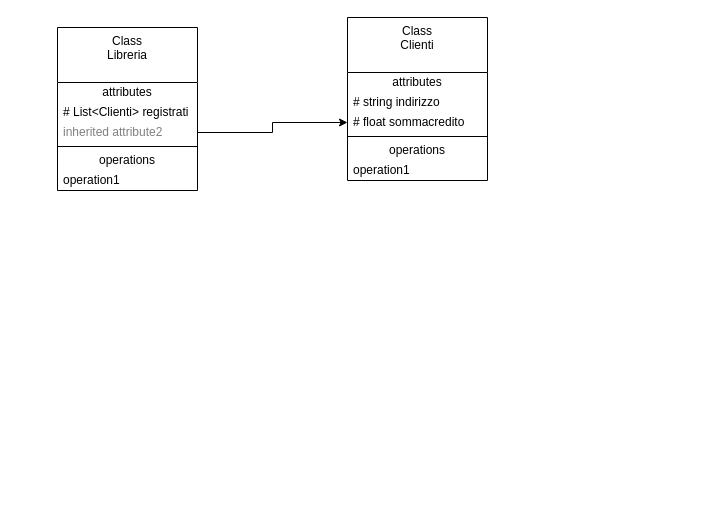
Earlier version of the draw.io diagram Diagramma senza titolo.drawio (LuciaFornasier/luciafrornasieres8). Source tidied: cells renumbered, new cells numbered last; positions are measured from the earlier drawing's top-left corner, leaving out a move shared by most shapes. Both pictures are drawn from the tidied source at 100%, with x=0, y=0 at pixel (57, 17).
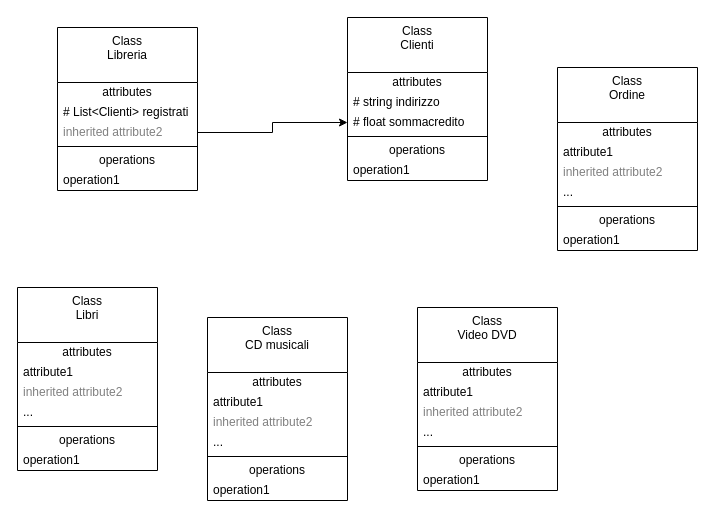
The same diagram, later.

Change to the diagram source:
```diff
@@
+    <mxCell id="17" value="Class&lt;div&gt;Libri&lt;/div&gt;" style="swimlane;fontStyle=0;align=center;verticalAlign=top;horizontal=1;startSize=55;html=1;whiteSpace=wrap;" parent="1" vertex="1">
+      <mxGeometry x="-40" y="270" width="140" height="183" as="geometry" />
+    </mxCell>
+    <mxCell id="18" value="attributes" style="text;html=1;strokeColor=none;fillColor=none;align=center;verticalAlign=middle;spacingLeft=4;spacingRight=4;overflow=hidden;whiteSpace=wrap;" parent="17" vertex="1">
+      <mxGeometry y="55" width="140" height="20" as="geometry" />
+    </mxCell>
+    <mxCell id="19" value="attribute1" style="text;html=1;strokeColor=none;fillColor=none;align=left;verticalAlign=middle;spacingLeft=4;spacingRight=4;overflow=hidden;whiteSpace=wrap;" parent="17" vertex="1">
+      <mxGeometry y="75" width="140" height="20" as="geometry" />
+    </mxCell>
+    <mxCell id="20" value="inherited attribute2" style="text;html=1;strokeColor=none;fillColor=none;align=left;verticalAlign=middle;spacingLeft=4;spacingRight=4;overflow=hidden;fontColor=#808080;whiteSpace=wrap;" parent="17" vertex="1">
+      <mxGeometry y="95" width="140" height="20" as="geometry" />
+    </mxCell>
+    <mxCell id="21" value="..." style="text;html=1;strokeColor=none;fillColor=none;align=left;verticalAlign=middle;spacingLeft=4;spacingRight=4;overflow=hidden;whiteSpace=wrap;" parent="17" vertex="1">
+      <mxGeometry y="115" width="140" height="20" as="geometry" />
+    </mxCell>
+    <mxCell id="22" style="line;strokeWidth=1;fillColor=none;align=left;verticalAlign=middle;spacingTop=-1;spacingLeft=3;spacingRight=3;labelPosition=right;" parent="17" vertex="1">
+      <mxGeometry y="135" width="140" height="8" as="geometry" />
+    </mxCell>
+    <mxCell id="23" value="operations" style="text;html=1;strokeColor=none;fillColor=none;align=center;verticalAlign=middle;spacingLeft=4;spacingRight=4;overflow=hidden;whiteSpace=wrap;" parent="17" vertex="1">
+      <mxGeometry y="143" width="140" height="20" as="geometry" />
+    </mxCell>
+    <mxCell id="24" value="operation1" style="text;html=1;strokeColor=none;fillColor=none;align=left;verticalAlign=middle;spacingLeft=4;spacingRight=4;overflow=hidden;whiteSpace=wrap;" parent="17" vertex="1">
+      <mxGeometry y="163" width="140" height="20" as="geometry" />
+    </mxCell>
+    <mxCell id="25" value="Class&lt;div&gt;CD musicali&lt;/div&gt;" style="swimlane;fontStyle=0;align=center;verticalAlign=top;horizontal=1;startSize=55;html=1;whiteSpace=wrap;" parent="1" vertex="1">
+      <mxGeometry x="150" y="300" width="140" height="183" as="geometry" />
+    </mxCell>
+    <mxCell id="26" value="attributes" style="text;html=1;strokeColor=none;fillColor=none;align=center;verticalAlign=middle;spacingLeft=4;spacingRight=4;overflow=hidden;whiteSpace=wrap;" parent="25" vertex="1">
+      <mxGeometry y="55" width="140" height="20" as="geometry" />
+    </mxCell>
+    <mxCell id="27" value="attribute1" style="text;html=1;strokeColor=none;fillColor=none;align=left;verticalAlign=middle;spacingLeft=4;spacingRight=4;overflow=hidden;whiteSpace=wrap;" parent="25" vertex="1">
+      <mxGeometry y="75" width="140" height="20" as="geometry" />
+    </mxCell>
+    <mxCell id="28" value="inherited attribute2" style="text;html=1;strokeColor=none;fillColor=none;align=left;verticalAlign=middle;spacingLeft=4;spacingRight=4;overflow=hidden;fontColor=#808080;whiteSpace=wrap;" parent="25" vertex="1">
+      <mxGeometry y="95" width="140" height="20" as="geometry" />
+    </mxCell>
+    <mxCell id="29" value="..." style="text;html=1;strokeColor=none;fillColor=none;align=left;verticalAlign=middle;spacingLeft=4;spacingRight=4;overflow=hidden;whiteSpace=wrap;" parent="25" vertex="1">
+      <mxGeometry y="115" width="140" height="20" as="geometry" />
+    </mxCell>
+    <mxCell id="30" style="line;strokeWidth=1;fillColor=none;align=left;verticalAlign=middle;spacingTop=-1;spacingLeft=3;spacingRight=3;labelPosition=right;" parent="25" vertex="1">
+      <mxGeometry y="135" width="140" height="8" as="geometry" />
+    </mxCell>
+    <mxCell id="31" value="operations" style="text;html=1;strokeColor=none;fillColor=none;align=center;verticalAlign=middle;spacingLeft=4;spacingRight=4;overflow=hidden;whiteSpace=wrap;" parent="25" vertex="1">
+      <mxGeometry y="143" width="140" height="20" as="geometry" />
+    </mxCell>
+    <mxCell id="32" value="operation1" style="text;html=1;strokeColor=none;fillColor=none;align=left;verticalAlign=middle;spacingLeft=4;spacingRight=4;overflow=hidden;whiteSpace=wrap;" parent="25" vertex="1">
+      <mxGeometry y="163" width="140" height="20" as="geometry" />
+    </mxCell>
+    <mxCell id="33" value="Class&lt;div&gt;Video DVD&lt;/div&gt;" style="swimlane;fontStyle=0;align=center;verticalAlign=top;horizontal=1;startSize=55;html=1;whiteSpace=wrap;" parent="1" vertex="1">
+      <mxGeometry x="360" y="290" width="140" height="183" as="geometry" />
+    </mxCell>
+    <mxCell id="34" value="attributes" style="text;html=1;strokeColor=none;fillColor=none;align=center;verticalAlign=middle;spacingLeft=4;spacingRight=4;overflow=hidden;whiteSpace=wrap;" parent="33" vertex="1">
+      <mxGeometry y="55" width="140" height="20" as="geometry" />
+    </mxCell>
+    <mxCell id="35" value="attribute1" style="text;html=1;strokeColor=none;fillColor=none;align=left;verticalAlign=middle;spacingLeft=4;spacingRight=4;overflow=hidden;whiteSpace=wrap;" parent="33" vertex="1">
+      <mxGeometry y="75" width="140" height="20" as="geometry" />
+    </mxCell>
+    <mxCell id="36" value="inherited attribute2" style="text;html=1;strokeColor=none;fillColor=none;align=left;verticalAlign=middle;spacingLeft=4;spacingRight=4;overflow=hidden;fontColor=#808080;whiteSpace=wrap;" parent="33" vertex="1">
+      <mxGeometry y="95" width="140" height="20" as="geometry" />
+    </mxCell>
+    <mxCell id="37" value="..." style="text;html=1;strokeColor=none;fillColor=none;align=left;verticalAlign=middle;spacingLeft=4;spacingRight=4;overflow=hidden;whiteSpace=wrap;" parent="33" vertex="1">
+      <mxGeometry y="115" width="140" height="20" as="geometry" />
+    </mxCell>
+    <mxCell id="38" style="line;strokeWidth=1;fillColor=none;align=left;verticalAlign=middle;spacingTop=-1;spacingLeft=3;spacingRight=3;labelPosition=right;" parent="33" vertex="1">
+      <mxGeometry y="135" width="140" height="8" as="geometry" />
+    </mxCell>
+    <mxCell id="39" value="operations" style="text;html=1;strokeColor=none;fillColor=none;align=center;verticalAlign=middle;spacingLeft=4;spacingRight=4;overflow=hidden;whiteSpace=wrap;" parent="33" vertex="1">
+      <mxGeometry y="143" width="140" height="20" as="geometry" />
+    </mxCell>
+    <mxCell id="40" value="operation1" style="text;html=1;strokeColor=none;fillColor=none;align=left;verticalAlign=middle;spacingLeft=4;spacingRight=4;overflow=hidden;whiteSpace=wrap;" parent="33" vertex="1">
+      <mxGeometry y="163" width="140" height="20" as="geometry" />
+    </mxCell>
+    <mxCell id="41" value="Class&lt;div&gt;Ordine&lt;/div&gt;" style="swimlane;fontStyle=0;align=center;verticalAlign=top;horizontal=1;startSize=55;html=1;whiteSpace=wrap;" parent="1" vertex="1">
+      <mxGeometry x="500" y="50" width="140" height="183" as="geometry" />
+    </mxCell>
+    <mxCell id="42" value="attributes" style="text;html=1;strokeColor=none;fillColor=none;align=center;verticalAlign=middle;spacingLeft=4;spacingRight=4;overflow=hidden;whiteSpace=wrap;" parent="41" vertex="1">
+      <mxGeometry y="55" width="140" height="20" as="geometry" />
+    </mxCell>
+    <mxCell id="43" value="attribute1" style="text;html=1;strokeColor=none;fillColor=none;align=left;verticalAlign=middle;spacingLeft=4;spacingRight=4;overflow=hidden;whiteSpace=wrap;" parent="41" vertex="1">
+      <mxGeometry y="75" width="140" height="20" as="geometry" />
+    </mxCell>
+    <mxCell id="44" value="inherited attribute2" style="text;html=1;strokeColor=none;fillColor=none;align=left;verticalAlign=middle;spacingLeft=4;spacingRight=4;overflow=hidden;fontColor=#808080;whiteSpace=wrap;" parent="41" vertex="1">
+      <mxGeometry y="95" width="140" height="20" as="geometry" />
+    </mxCell>
+    <mxCell id="45" value="..." style="text;html=1;strokeColor=none;fillColor=none;align=left;verticalAlign=middle;spacingLeft=4;spacingRight=4;overflow=hidden;whiteSpace=wrap;" parent="41" vertex="1">
+      <mxGeometry y="115" width="140" height="20" as="geometry" />
+    </mxCell>
+    <mxCell id="46" style="line;strokeWidth=1;fillColor=none;align=left;verticalAlign=middle;spacingTop=-1;spacingLeft=3;spacingRight=3;labelPosition=right;" parent="41" vertex="1">
+      <mxGeometry y="135" width="140" height="8" as="geometry" />
+    </mxCell>
+    <mxCell id="47" value="operations" style="text;html=1;strokeColor=none;fillColor=none;align=center;verticalAlign=middle;spacingLeft=4;spacingRight=4;overflow=hidden;whiteSpace=wrap;" parent="41" vertex="1">
+      <mxGeometry y="143" width="140" height="20" as="geometry" />
+    </mxCell>
+    <mxCell id="48" value="operation1" style="text;html=1;strokeColor=none;fillColor=none;align=left;verticalAlign=middle;spacingLeft=4;spacingRight=4;overflow=hidden;whiteSpace=wrap;" parent="41" vertex="1">
+      <mxGeometry y="163" width="140" height="20" as="geometry" />
+    </mxCell>
```
